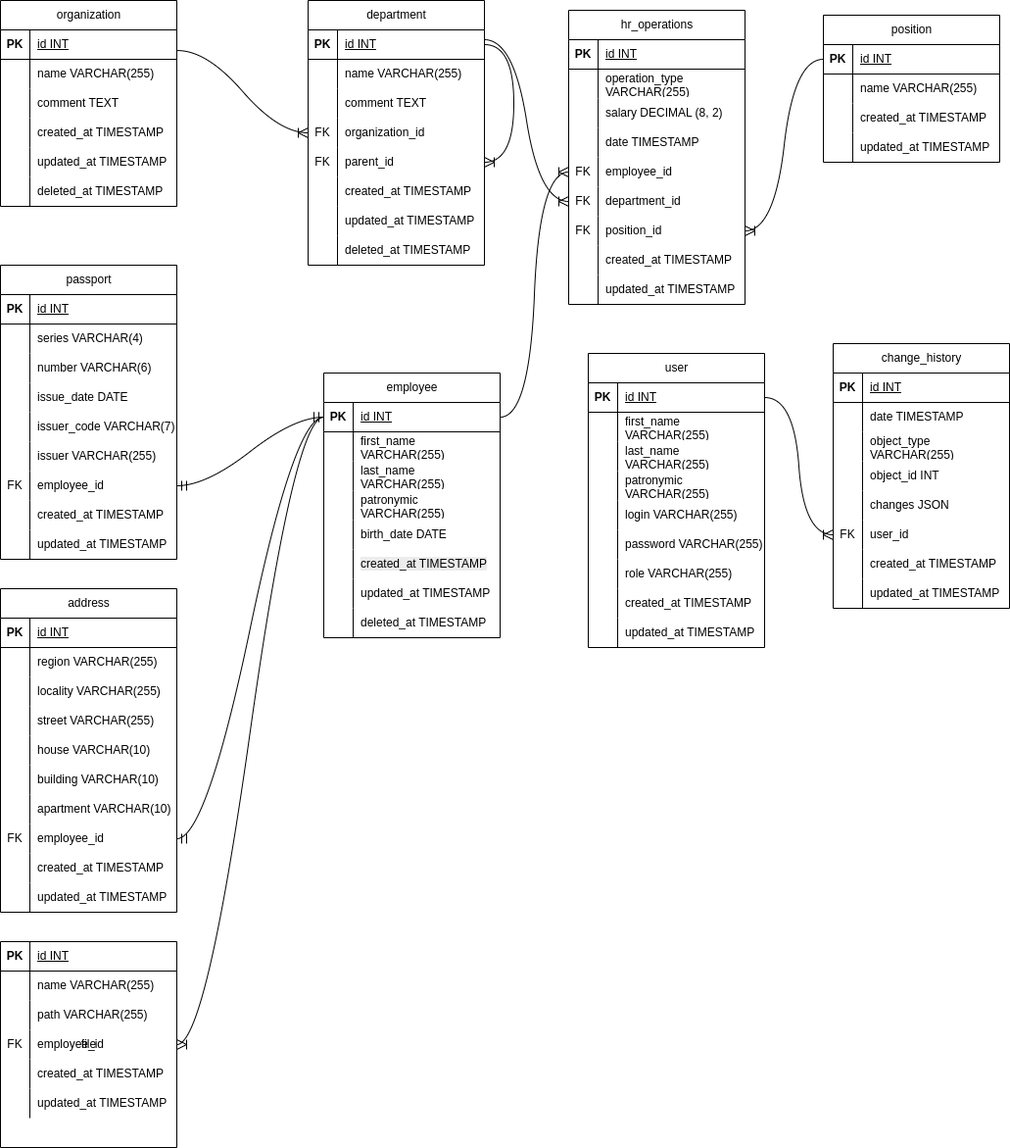
Earlier version of the draw.io export docs/ERD.png (merkit5/areal-hr_ext-test). Source tidied: cells renumbered, new cells last; positions are measured from the earlier drawing's top-left corner, leaving out a move shared by most shapes.
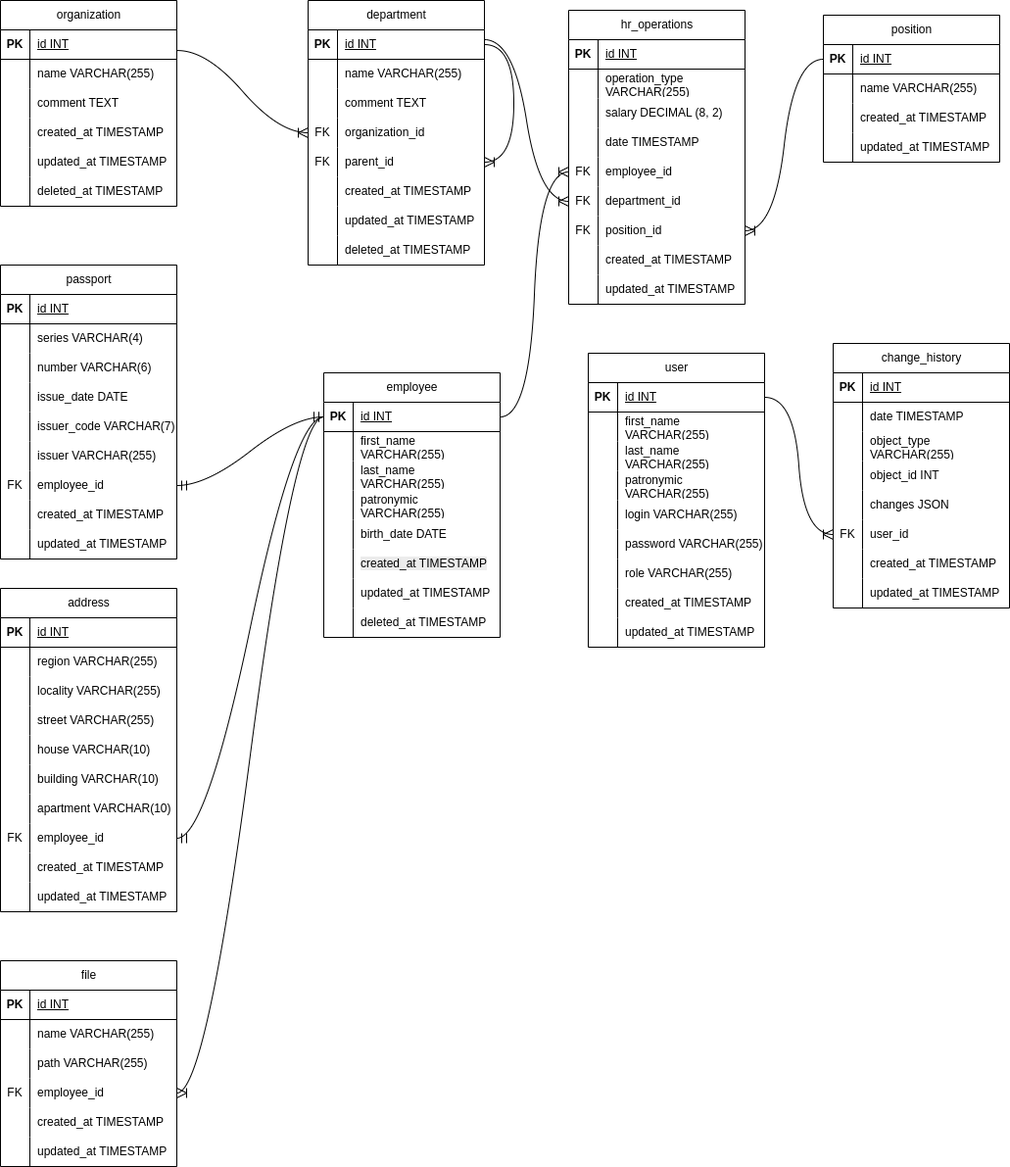
The same file after the commit.

The edit, as a diff of the source:
```diff
@@ -539,11 +539,11 @@
     <mxCell id="178" value="updated_at TIMESTAMP" style="shape=partialRectangle;fillColor=none;top=0;left=0;bottom=0;right=0;align=left;spacingLeft=6;overflow=hidden;whiteSpace=wrap;html=1;" parent="176" vertex="1">
       <mxGeometry x="30" width="150" height="30" as="geometry" />
     </mxCell>
-    <mxCell id="179" value="&lt;span style=&quot;font-weight: 400;&quot;&gt;file&lt;/span&gt;" style="shape=table;startSize=0;rowLines=0;fontStyle=1;align=center;html=1;" parent="1" vertex="1">
-      <mxGeometry y="1270" width="180" height="210" as="geometry" />
+    <mxCell id="179" value="&lt;span style=&quot;font-weight: 400;&quot;&gt;file&lt;/span&gt;" style="shape=table;startSize=30;rowLines=0;fontStyle=1;align=center;html=1;" parent="1" vertex="1">
+      <mxGeometry y="1290" width="180" height="210" as="geometry" />
     </mxCell>
     <mxCell id="180" style="shape=tableRow;horizontal=0;startSize=0;swimlaneHead=0;swimlaneBody=0;fillColor=none;top=0;left=0;right=0;bottom=1;" parent="179" vertex="1">
-      <mxGeometry width="180" height="30" as="geometry" />
+      <mxGeometry y="30" width="180" height="30" as="geometry" />
     </mxCell>
     <mxCell id="181" value="PK" style="shape=partialRectangle;fillColor=none;top=0;left=0;bottom=0;right=0;fontStyle=1;overflow=hidden;whiteSpace=wrap;html=1;" parent="180" vertex="1">
       <mxGeometry width="30" height="30" as="geometry" />
@@ -552,7 +552,7 @@
       <mxGeometry x="30" width="150" height="30" as="geometry" />
     </mxCell>
     <mxCell id="183" style="shape=tableRow;horizontal=0;startSize=0;swimlaneHead=0;swimlaneBody=0;fillColor=none;top=0;left=0;right=0;bottom=0;" parent="179" vertex="1">
-      <mxGeometry y="30" width="180" height="30" as="geometry" />
+      <mxGeometry y="60" width="180" height="30" as="geometry" />
     </mxCell>
     <mxCell id="184" style="shape=partialRectangle;fillColor=none;top=0;left=0;bottom=0;right=0;overflow=hidden;whiteSpace=wrap;html=1;" parent="183" vertex="1">
       <mxGeometry width="30" height="30" as="geometry" />
@@ -561,7 +561,7 @@
       <mxGeometry x="30" width="150" height="30" as="geometry" />
     </mxCell>
     <mxCell id="186" style="shape=tableRow;horizontal=0;startSize=0;swimlaneHead=0;swimlaneBody=0;fillColor=none;top=0;left=0;right=0;bottom=0;" parent="179" vertex="1">
-      <mxGeometry y="60" width="180" height="30" as="geometry" />
+      <mxGeometry y="90" width="180" height="30" as="geometry" />
     </mxCell>
     <mxCell id="187" style="shape=partialRectangle;fillColor=none;top=0;left=0;bottom=0;right=0;overflow=hidden;whiteSpace=wrap;html=1;" parent="186" vertex="1">
       <mxGeometry width="30" height="30" as="geometry" />
@@ -570,7 +570,7 @@
       <mxGeometry x="30" width="150" height="30" as="geometry" />
     </mxCell>
     <mxCell id="189" style="shape=tableRow;horizontal=0;startSize=0;swimlaneHead=0;swimlaneBody=0;fillColor=none;points=[[0,0.5],[1,0.5]];portConstraint=eastwest;top=0;left=0;right=0;bottom=0;" parent="179" vertex="1">
-      <mxGeometry y="90" width="180" height="30" as="geometry" />
+      <mxGeometry y="120" width="180" height="30" as="geometry" />
     </mxCell>
     <mxCell id="190" value="FK" style="shape=partialRectangle;fillColor=none;top=0;left=0;bottom=0;right=0;overflow=hidden;whiteSpace=wrap;html=1;" parent="189" vertex="1">
       <mxGeometry width="30" height="30" as="geometry" />
@@ -579,7 +579,7 @@
       <mxGeometry x="30" width="150" height="30" as="geometry" />
     </mxCell>
     <mxCell id="192" style="shape=tableRow;horizontal=0;startSize=0;swimlaneHead=0;swimlaneBody=0;fillColor=none;top=0;left=0;right=0;bottom=0;" parent="179" vertex="1">
-      <mxGeometry y="120" width="180" height="30" as="geometry" />
+      <mxGeometry y="150" width="180" height="30" as="geometry" />
     </mxCell>
     <mxCell id="193" style="shape=partialRectangle;fillColor=none;top=0;left=0;bottom=0;right=0;overflow=hidden;whiteSpace=wrap;html=1;" parent="192" vertex="1">
       <mxGeometry width="30" height="30" as="geometry" />
@@ -588,7 +588,7 @@
       <mxGeometry x="30" width="150" height="30" as="geometry" />
     </mxCell>
     <mxCell id="195" style="shape=tableRow;horizontal=0;startSize=0;swimlaneHead=0;swimlaneBody=0;fillColor=none;top=0;left=0;right=0;bottom=0;" parent="179" vertex="1">
-      <mxGeometry y="150" width="180" height="30" as="geometry" />
+      <mxGeometry y="180" width="180" height="30" as="geometry" />
     </mxCell>
     <mxCell id="196" style="shape=partialRectangle;fillColor=none;top=0;left=0;bottom=0;right=0;overflow=hidden;whiteSpace=wrap;html=1;" parent="195" vertex="1">
       <mxGeometry width="30" height="30" as="geometry" />
```
